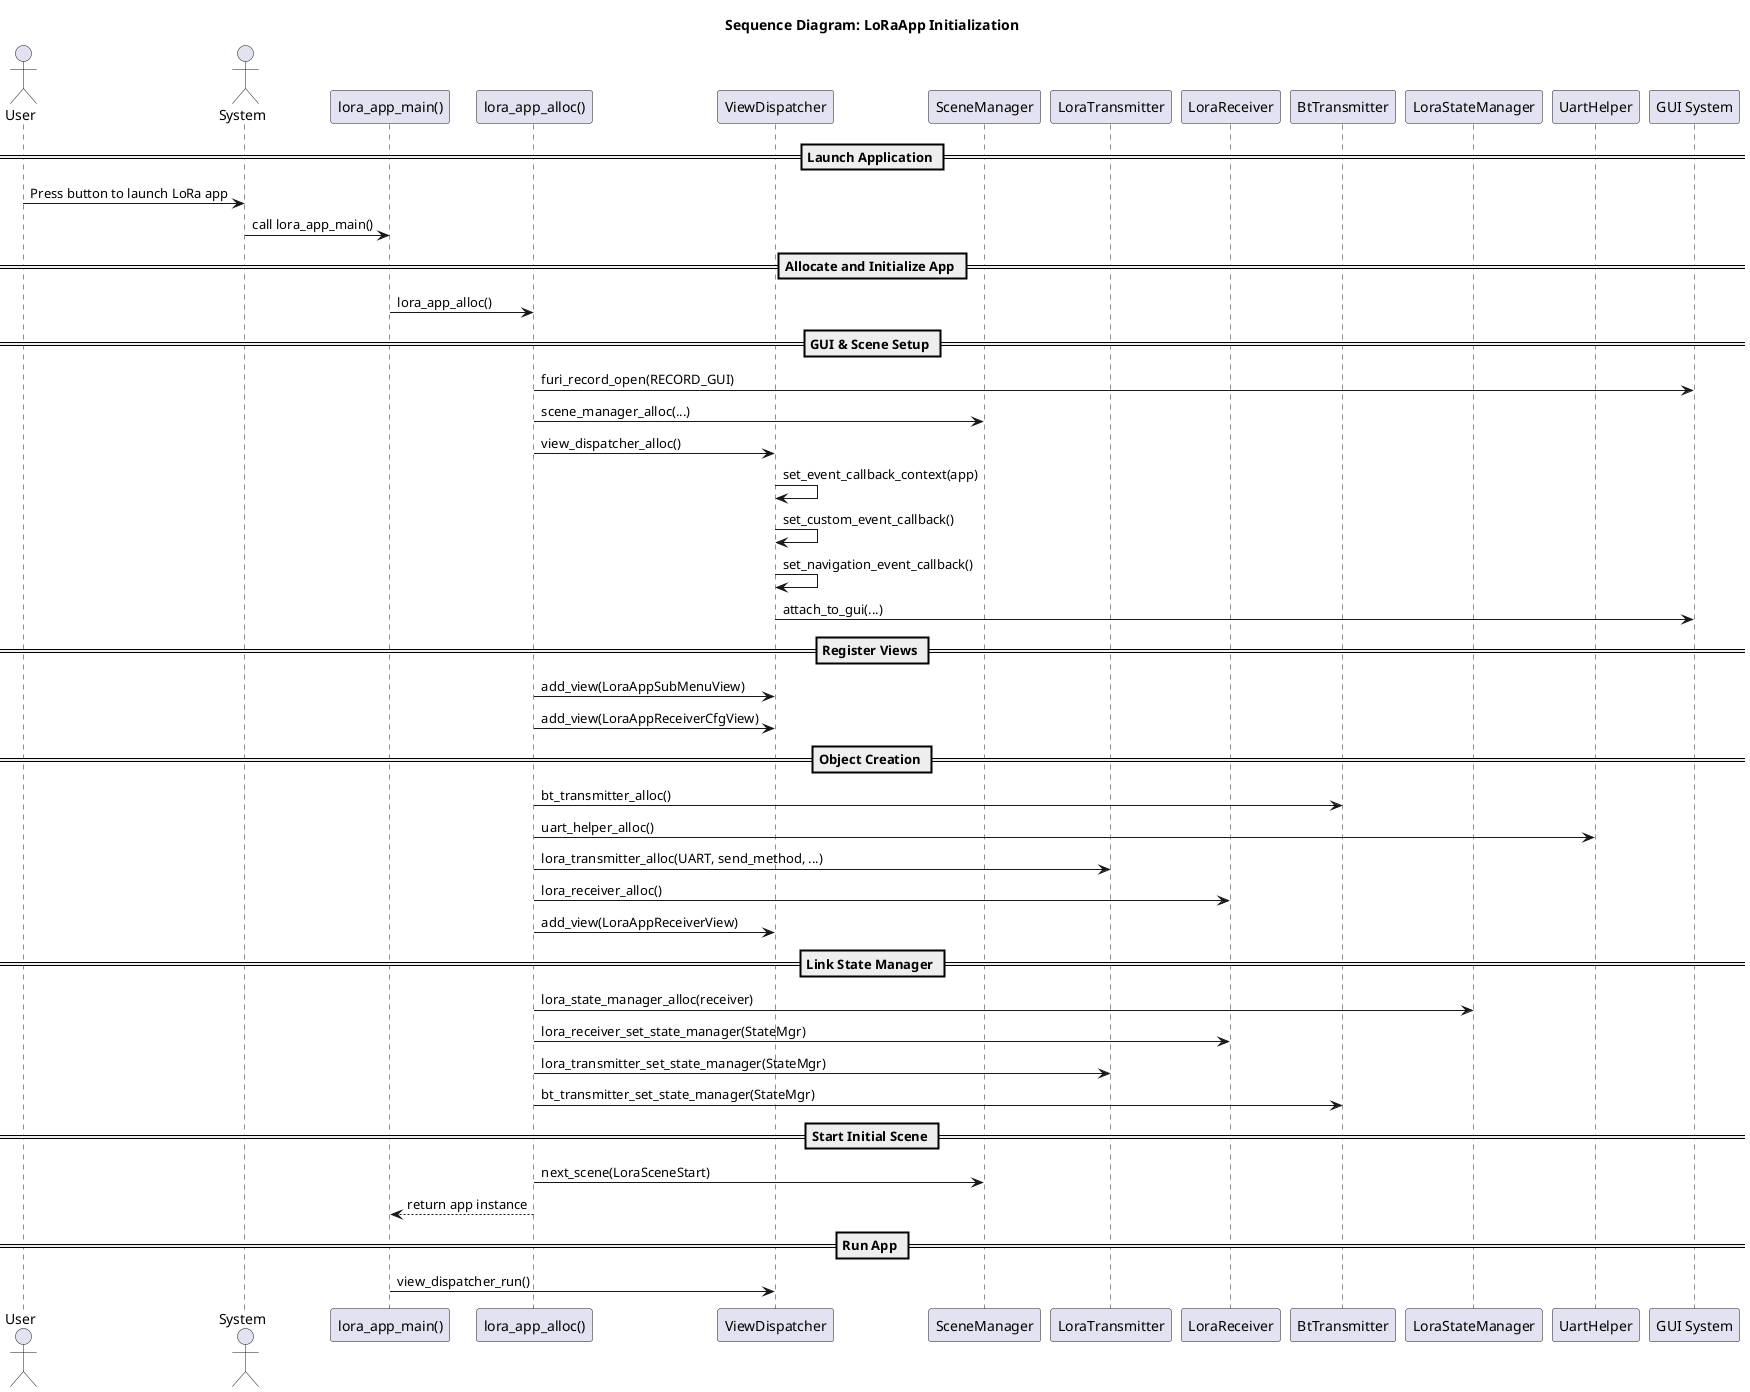
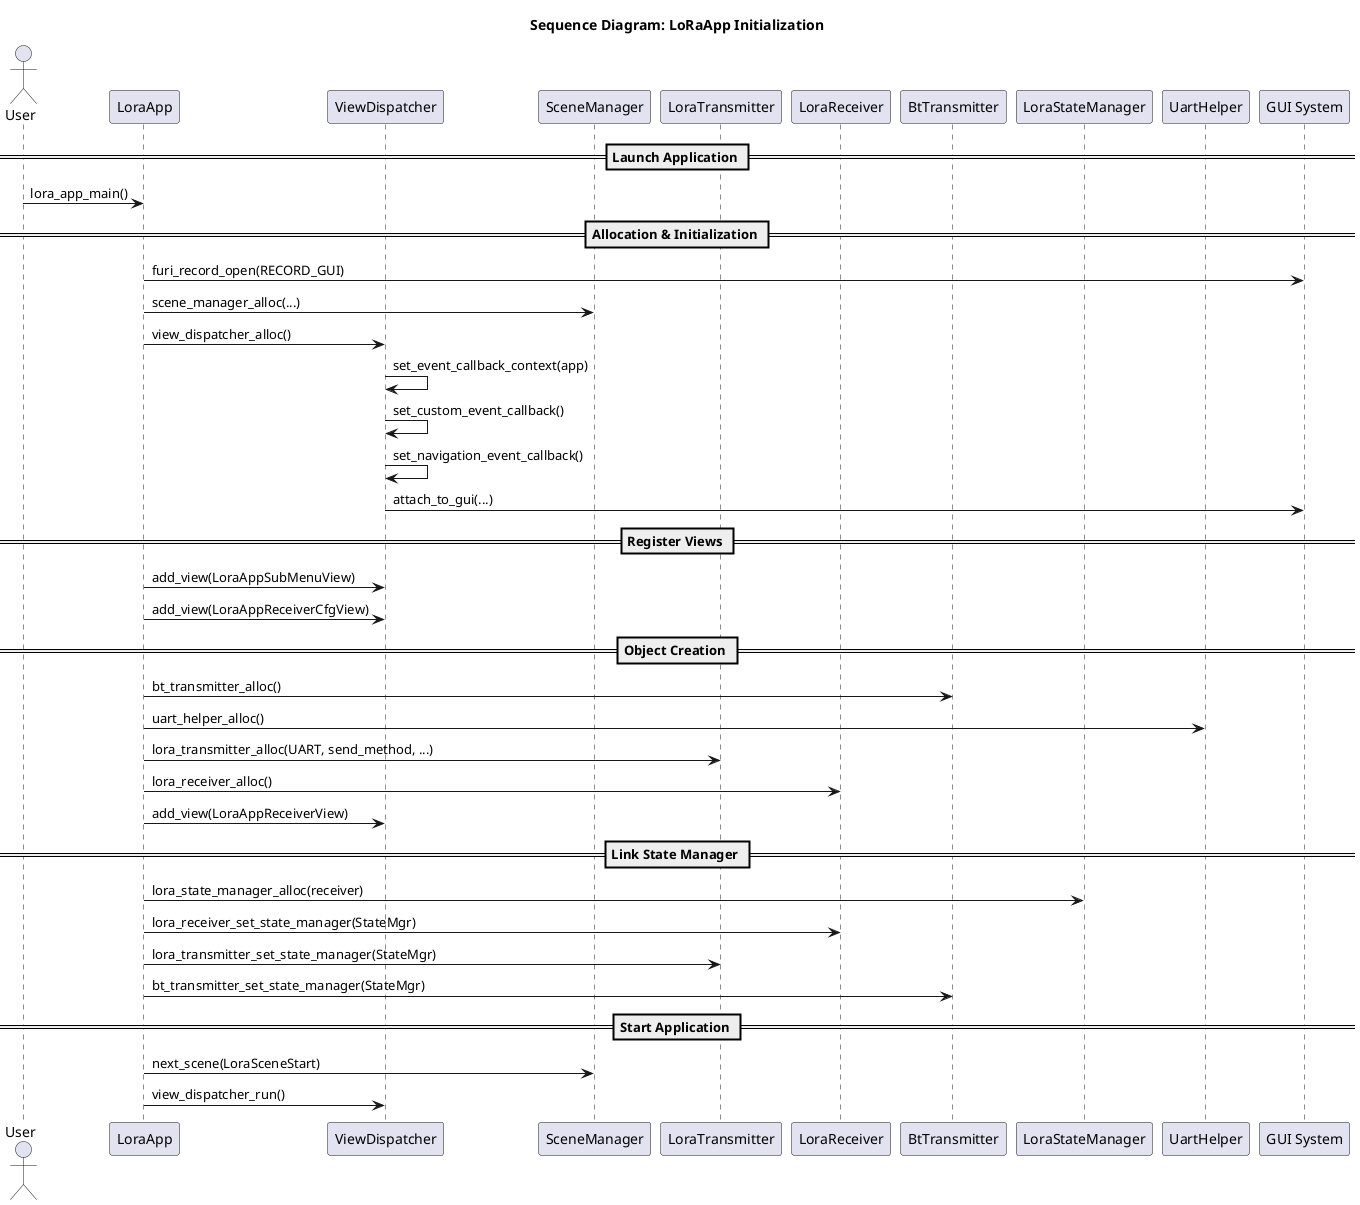
@startuml
title Sequence Diagram: LoRaApp Initialization

actor User
- actor System
- participant "lora_app_main()" as Main
- participant "lora_app_alloc()" as Alloc
+ participant "LoraApp" as App
participant "ViewDispatcher" as View
participant "SceneManager" as SceneMgr
participant "LoraTransmitter" as LT
participant "LoraReceiver" as LR
participant "BtTransmitter" as BT
participant "LoraStateManager" as StateMgr
participant "UartHelper" as UART
participant "GUI System" as GUI

== Launch Application ==
- User -> System : Press button to launch LoRa app
- System -> Main : call lora_app_main()
+ User -> App : lora_app_main()

- == Allocate and Initialize App ==
- Main -> Alloc : lora_app_alloc()
+ == Allocation & Initialization ==
+ App -> GUI : furi_record_open(RECORD_GUI)
+ App -> SceneMgr : scene_manager_alloc(...)

- == GUI & Scene Setup ==
- Alloc -> GUI : furi_record_open(RECORD_GUI)
- Alloc -> SceneMgr : scene_manager_alloc(...)
- 
- Alloc -> View : view_dispatcher_alloc()
+ App -> View : view_dispatcher_alloc()
View -> View : set_event_callback_context(app)
View -> View : set_custom_event_callback()
View -> View : set_navigation_event_callback()
View -> GUI : attach_to_gui(...)

== Register Views ==
- Alloc -> View : add_view(LoraAppSubMenuView)
- Alloc -> View : add_view(LoraAppReceiverCfgView)
+ App -> View : add_view(LoraAppSubMenuView)
+ App -> View : add_view(LoraAppReceiverCfgView)

== Object Creation ==
- Alloc -> BT : bt_transmitter_alloc()
- Alloc -> UART : uart_helper_alloc()
- Alloc -> LT : lora_transmitter_alloc(UART, send_method, ...)
- Alloc -> LR : lora_receiver_alloc()
- Alloc -> View : add_view(LoraAppReceiverView)
+ App -> BT : bt_transmitter_alloc()
+ App -> UART : uart_helper_alloc()
+ App -> LT : lora_transmitter_alloc(UART, send_method, ...)
+ App -> LR : lora_receiver_alloc()
+ App -> View : add_view(LoraAppReceiverView)

== Link State Manager ==
- Alloc -> StateMgr : lora_state_manager_alloc(receiver)
- Alloc -> LR : lora_receiver_set_state_manager(StateMgr)
- Alloc -> LT : lora_transmitter_set_state_manager(StateMgr)
- Alloc -> BT : bt_transmitter_set_state_manager(StateMgr)
+ App -> StateMgr : lora_state_manager_alloc(receiver)
+ App -> LR : lora_receiver_set_state_manager(StateMgr)
+ App -> LT : lora_transmitter_set_state_manager(StateMgr)
+ App -> BT : bt_transmitter_set_state_manager(StateMgr)

- == Start Initial Scene ==
- Alloc -> SceneMgr : next_scene(LoraSceneStart)
- 
- Alloc --> Main : return app instance
- 
- == Run App ==
- Main -> View : view_dispatcher_run()
- 
+ == Start Application ==
+ App -> SceneMgr : next_scene(LoraSceneStart)
+ App -> View : view_dispatcher_run()

@enduml
